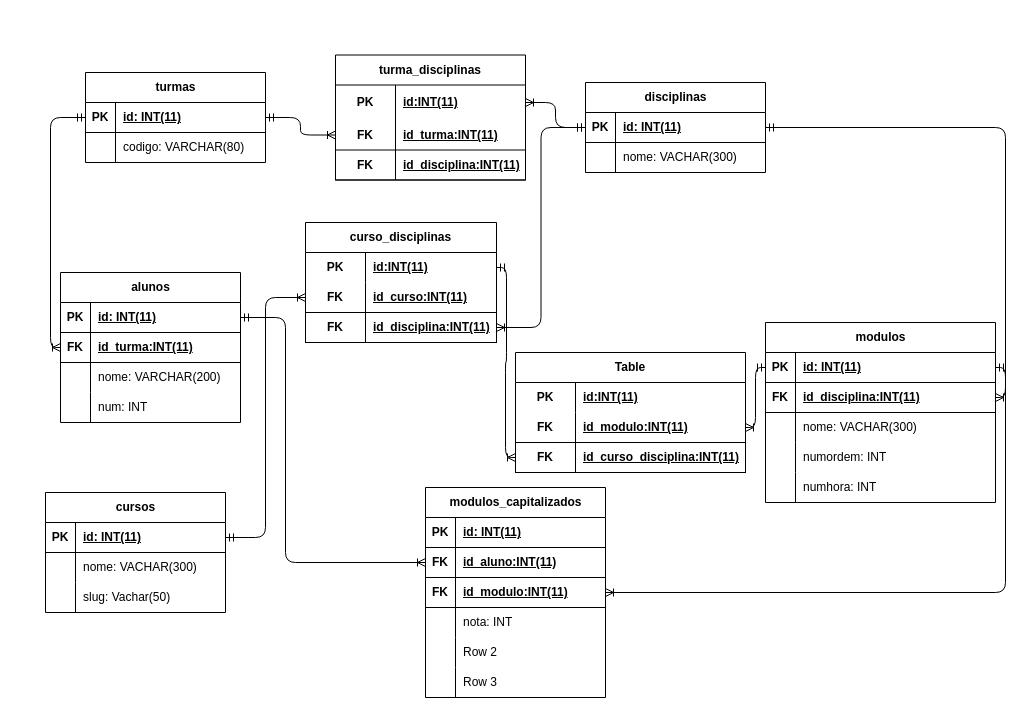
The draw.io diagram Gestor-de-Modulos/gdm_modelo_er.drawio in Henrique-Morais1/Mod15-trabalho_final, before the edit. Source tidied: cells renumbered, new cells numbered last; positions are measured from the earlier drawing's top-left corner, leaving out a move shared by most shapes. Both pictures are drawn from the tidied source at 100%, with x=0, y=0 at pixel (45, 54).
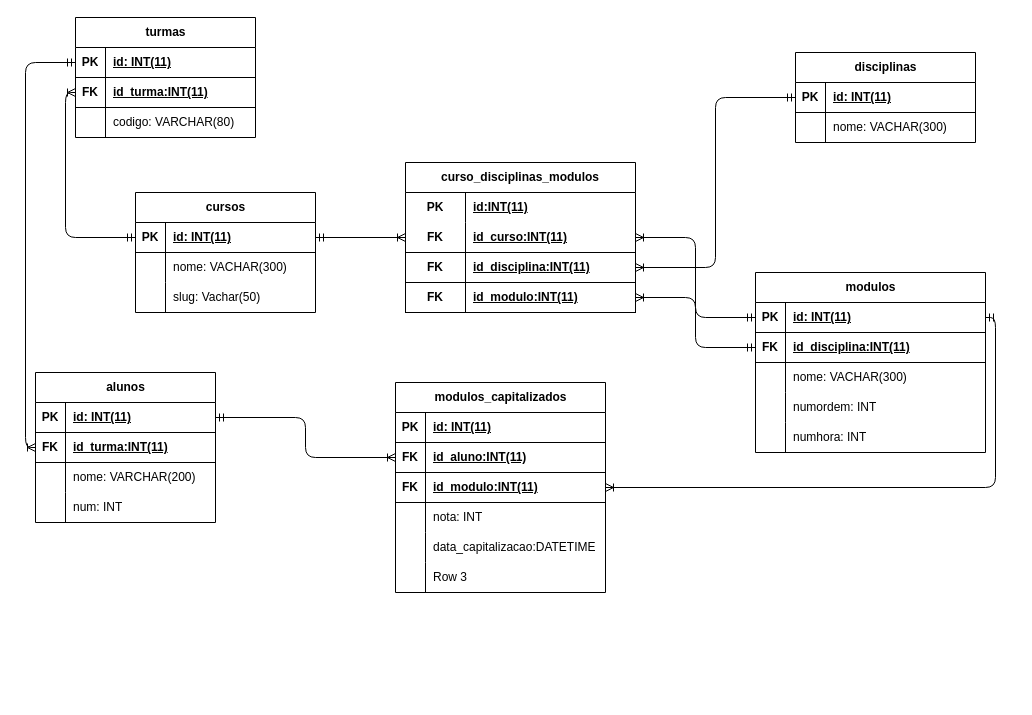
The same page after the edit.

Commit message:
Criação de dados no modelo

Unchanged cells that the change refers to:
```xml
<mxCell id="3" style="shape=tableRow;horizontal=0;startSize=0;swimlaneHead=0;swimlaneBody=0;fillColor=none;points=[[0,0.5],[1,0.5]];portConstraint=eastwest;top=0;left=0;right=0;bottom=1;" parent="2" vertex="1">
  <mxGeometry y="30" width="180" height="30" as="geometry" />
</mxCell>
<mxCell id="13" style="shape=tableRow;horizontal=0;startSize=0;swimlaneHead=0;swimlaneBody=0;fillColor=none;points=[[0,0.5],[1,0.5]];portConstraint=eastwest;top=0;left=0;right=0;bottom=1;" parent="12" vertex="1">
  <mxGeometry y="30" width="180" height="30" as="geometry" />
</mxCell>
<mxCell id="20" style="shape=tableRow;horizontal=0;startSize=0;swimlaneHead=0;swimlaneBody=0;fillColor=none;points=[[0,0.5],[1,0.5]];portConstraint=eastwest;top=0;left=0;right=0;bottom=1;" parent="19" vertex="1">
  <mxGeometry y="30" width="180" height="30" as="geometry" />
</mxCell>
<mxCell id="30" style="shape=tableRow;horizontal=0;startSize=0;swimlaneHead=0;swimlaneBody=0;fillColor=none;points=[[0,0.5],[1,0.5]];portConstraint=eastwest;top=0;left=0;right=0;bottom=1;" parent="26" vertex="1">
  <mxGeometry y="60" width="230" height="30" as="geometry" />
</mxCell>
<mxCell id="43" style="shape=tableRow;horizontal=0;startSize=0;swimlaneHead=0;swimlaneBody=0;fillColor=none;points=[[0,0.5],[1,0.5]];portConstraint=eastwest;top=0;left=0;right=0;bottom=1;" parent="42" vertex="1">
  <mxGeometry y="30" width="180" height="30" as="geometry" />
</mxCell>
<mxCell id="106" style="shape=tableRow;horizontal=0;startSize=0;swimlaneHead=0;swimlaneBody=0;fillColor=none;points=[[0,0.5],[1,0.5]];portConstraint=eastwest;top=0;left=0;right=0;bottom=1;html=1;" parent="102" vertex="1">
  <mxGeometry y="60" width="230" height="30" as="geometry" />
</mxCell>
<mxCell id="109" style="shape=tableRow;horizontal=0;startSize=0;swimlaneHead=0;swimlaneBody=0;fillColor=none;points=[[0,0.5],[1,0.5]];portConstraint=eastwest;top=0;left=0;right=0;bottom=1;html=1;" parent="102" vertex="1">
  <mxGeometry y="90" width="230" height="30" as="geometry" />
</mxCell>
```

Change to the diagram source:
```diff
@@
     <mxCell id="2" value="cursos" style="shape=table;startSize=30;childLayout=tableLayout;rowLines=0;fontStyle=1;align=center;html=1;" parent="1" vertex="1">
-      <mxGeometry y="438" width="180" height="120" as="geometry" />
+      <mxGeometry x="90" y="138" width="180" height="120" as="geometry" />
     </mxCell>
@@
     <mxCell id="12" value="disciplinas" style="shape=table;startSize=30;childLayout=tableLayout;rowLines=0;fontStyle=1;align=center;html=1;" parent="1" vertex="1">
-      <mxGeometry x="540" y="28" width="180" height="90" as="geometry" />
+      <mxGeometry x="750" y="-2" width="180" height="90" as="geometry" />
     </mxCell>
@@
     <mxCell id="19" value="turmas" style="shape=table;startSize=30;childLayout=tableLayout;rowLines=0;fontStyle=1;align=center;html=1;" parent="1" vertex="1">
-      <mxGeometry x="40" y="18" width="180" height="90" as="geometry" />
+      <mxGeometry x="30" y="-37" width="180" height="120" as="geometry" />
     </mxCell>
@@
+    <mxCell id="114" style="shape=tableRow;horizontal=0;startSize=0;swimlaneHead=0;swimlaneBody=0;fillColor=none;points=[[0,0.5],[1,0.5]];portConstraint=eastwest;top=0;left=0;right=0;bottom=1;" parent="19" vertex="1">
+      <mxGeometry y="60" width="180" height="30" as="geometry" />
+    </mxCell>
+    <mxCell id="115" value="FK" style="shape=partialRectangle;fillColor=none;top=0;left=0;bottom=0;right=0;fontStyle=1;overflow=hidden;whiteSpace=wrap;html=1;" parent="114" vertex="1">
+      <mxGeometry width="30" height="30" as="geometry" />
+    </mxCell>
+    <mxCell id="80" value="id_turma:INT(11)" style="shape=partialRectangle;fillColor=none;top=0;left=0;bottom=0;right=0;align=left;spacingLeft=6;fontStyle=5;overflow=hidden;whiteSpace=wrap;html=1;" parent="114" vertex="1">
+      <mxGeometry x="30" width="150" height="30" as="geometry" />
+    </mxCell>
     <mxCell id="23" style="shape=tableRow;horizontal=0;startSize=0;swimlaneHead=0;swimlaneBody=0;fillColor=none;top=0;left=0;right=0;bottom=0;" parent="19" vertex="1">
-      <mxGeometry y="60" width="180" height="30" as="geometry" />
+      <mxGeometry y="90" width="180" height="30" as="geometry" />
     </mxCell>
@@
     <mxCell id="26" value="modulos" style="shape=table;startSize=30;childLayout=tableLayout;rowLines=0;fontStyle=1;align=center;html=1;" parent="1" vertex="1">
-      <mxGeometry x="720" y="268" width="230" height="180" as="geometry" />
+      <mxGeometry x="710" y="218" width="230" height="180" as="geometry" />
     </mxCell>
@@
     <mxCell id="42" value="alunos" style="shape=table;startSize=30;childLayout=tableLayout;rowLines=0;fontStyle=1;align=center;html=1;" parent="1" vertex="1">
-      <mxGeometry x="15" y="218" width="180" height="150" as="geometry" />
+      <mxGeometry x="-10" y="318" width="180" height="150" as="geometry" />
     </mxCell>
@@
     <mxCell id="55" value="modulos_capitalizados" style="shape=table;startSize=30;childLayout=tableLayout;rowLines=0;fontStyle=1;align=center;html=1;" parent="1" vertex="1">
-      <mxGeometry x="380" y="433" width="180" height="210" as="geometry" />
+      <mxGeometry x="350" y="328" width="210" height="210" as="geometry" />
     </mxCell>
     <mxCell id="56" style="shape=tableRow;horizontal=0;startSize=0;swimlaneHead=0;swimlaneBody=0;fillColor=none;top=0;left=0;right=0;bottom=1;" parent="55" vertex="1">
-      <mxGeometry y="30" width="180" height="30" as="geometry" />
+      <mxGeometry y="30" width="210" height="30" as="geometry" />
     </mxCell>
@@
     <mxCell id="58" value="&lt;span style=&quot;color: rgb(0, 0, 0);&quot;&gt;id: INT(11)&lt;/span&gt;" style="shape=partialRectangle;fillColor=none;top=0;left=0;bottom=0;right=0;align=left;spacingLeft=6;fontStyle=5;overflow=hidden;whiteSpace=wrap;html=1;" parent="56" vertex="1">
-      <mxGeometry x="30" width="150" height="30" as="geometry" />
+      <mxGeometry x="30" width="180" height="30" as="geometry" />
     </mxCell>
     <mxCell id="59" style="shape=tableRow;horizontal=0;startSize=0;swimlaneHead=0;swimlaneBody=0;fillColor=none;points=[[0,0.5],[1,0.5]];portConstraint=eastwest;top=0;left=0;right=0;bottom=1;" parent="55" vertex="1">
-      <mxGeometry y="60" width="180" height="30" as="geometry" />
+      <mxGeometry y="60" width="210" height="30" as="geometry" />
     </mxCell>
@@
     <mxCell id="61" value="id_aluno:INT(11)" style="shape=partialRectangle;fillColor=none;top=0;left=0;bottom=0;right=0;align=left;spacingLeft=6;fontStyle=5;overflow=hidden;whiteSpace=wrap;html=1;" parent="59" vertex="1">
-      <mxGeometry x="30" width="150" height="30" as="geometry" />
+      <mxGeometry x="30" width="180" height="30" as="geometry" />
     </mxCell>
     <mxCell id="62" style="shape=tableRow;horizontal=0;startSize=0;swimlaneHead=0;swimlaneBody=0;fillColor=none;points=[[0,0.5],[1,0.5]];portConstraint=eastwest;top=0;left=0;right=0;bottom=1;" parent="55" vertex="1">
-      <mxGeometry y="90" width="180" height="30" as="geometry" />
+      <mxGeometry y="90" width="210" height="30" as="geometry" />
     </mxCell>
@@
     <mxCell id="64" value="id_modulo:INT(11)" style="shape=partialRectangle;fillColor=none;top=0;left=0;bottom=0;right=0;align=left;spacingLeft=6;fontStyle=5;overflow=hidden;whiteSpace=wrap;html=1;" parent="62" vertex="1">
-      <mxGeometry x="30" width="150" height="30" as="geometry" />
+      <mxGeometry x="30" width="180" height="30" as="geometry" />
     </mxCell>
     <mxCell id="65" style="shape=tableRow;horizontal=0;startSize=0;swimlaneHead=0;swimlaneBody=0;fillColor=none;top=0;left=0;right=0;bottom=0;" parent="55" vertex="1">
-      <mxGeometry y="120" width="180" height="30" as="geometry" />
+      <mxGeometry y="120" width="210" height="30" as="geometry" />
     </mxCell>
@@
     <mxCell id="67" value="nota: INT" style="shape=partialRectangle;fillColor=none;top=0;left=0;bottom=0;right=0;align=left;spacingLeft=6;overflow=hidden;whiteSpace=wrap;html=1;" parent="65" vertex="1">
-      <mxGeometry x="30" width="150" height="30" as="geometry" />
+      <mxGeometry x="30" width="180" height="30" as="geometry" />
     </mxCell>
     <mxCell id="68" style="shape=tableRow;horizontal=0;startSize=0;swimlaneHead=0;swimlaneBody=0;fillColor=none;top=0;left=0;right=0;bottom=0;" parent="55" vertex="1">
-      <mxGeometry y="150" width="180" height="30" as="geometry" />
+      <mxGeometry y="150" width="210" height="30" as="geometry" />
     </mxCell>
@@
-    <mxCell id="70" value="Row 2" style="shape=partialRectangle;fillColor=none;top=0;left=0;bottom=0;right=0;align=left;spacingLeft=6;overflow=hidden;whiteSpace=wrap;html=1;" parent="68" vertex="1">
-      <mxGeometry x="30" width="150" height="30" as="geometry" />
+    <mxCell id="70" value="data_capitalizacao:DATETIME" style="shape=partialRectangle;fillColor=none;top=0;left=0;bottom=0;right=0;align=left;spacingLeft=6;overflow=hidden;whiteSpace=wrap;html=1;" parent="68" vertex="1">
+      <mxGeometry x="30" width="180" height="30" as="geometry" />
     </mxCell>
     <mxCell id="71" style="shape=tableRow;horizontal=0;startSize=0;swimlaneHead=0;swimlaneBody=0;fillColor=none;top=0;left=0;right=0;bottom=0;" parent="55" vertex="1">
-      <mxGeometry y="180" width="180" height="30" as="geometry" />
+      <mxGeometry y="180" width="210" height="30" as="geometry" />
     </mxCell>
@@
     <mxCell id="73" value="Row 3" style="shape=partialRectangle;fillColor=none;top=0;left=0;bottom=0;right=0;align=left;spacingLeft=6;overflow=hidden;whiteSpace=wrap;html=1;" parent="71" vertex="1">
-      <mxGeometry x="30" width="150" height="30" as="geometry" />
+      <mxGeometry x="30" width="180" height="30" as="geometry" />
     </mxCell>
-    <mxCell id="74" value="turma_disciplinas" style="shape=table;startSize=30;childLayout=tableLayout;rowLines=0;fontStyle=1;align=center;html=1;whiteSpace=wrap;" parent="1" vertex="1">
-      <mxGeometry x="290" y="0.5" width="190" height="125" as="geometry" />
-    </mxCell>
-    <mxCell id="75" style="shape=tableRow;horizontal=0;startSize=0;swimlaneHead=0;swimlaneBody=0;fillColor=none;points=[[0,0.5],[1,0.5]];portConstraint=eastwest;top=0;left=0;right=0;bottom=0;html=1;" parent="74" vertex="1">
-      <mxGeometry y="30" width="190" height="35" as="geometry" />
-    </mxCell>
-    <mxCell id="76" value="PK" style="shape=partialRectangle;fillColor=none;top=0;left=0;bottom=0;right=0;fontStyle=1;overflow=hidden;html=1;whiteSpace=wrap;" parent="75" vertex="1">
-      <mxGeometry width="60" height="35" as="geometry" />
-    </mxCell>
-    <mxCell id="77" value="id:INT(11)" style="shape=partialRectangle;fillColor=none;top=0;left=0;bottom=0;right=0;align=left;spacingLeft=6;fontStyle=5;overflow=hidden;html=1;whiteSpace=wrap;" parent="75" vertex="1">
-      <mxGeometry x="60" width="130" height="35" as="geometry" />
-    </mxCell>
-    <mxCell id="78" style="shape=tableRow;horizontal=0;startSize=0;swimlaneHead=0;swimlaneBody=0;fillColor=none;points=[[0,0.5],[1,0.5]];portConstraint=eastwest;top=0;left=0;right=0;bottom=1;html=1;" parent="74" vertex="1">
-      <mxGeometry y="65" width="190" height="30" as="geometry" />
-    </mxCell>
-    <mxCell id="79" value="FK" style="shape=partialRectangle;fillColor=none;top=0;left=0;bottom=0;right=0;fontStyle=1;overflow=hidden;html=1;whiteSpace=wrap;" parent="78" vertex="1">
-      <mxGeometry width="60" height="30" as="geometry" />
-    </mxCell>
-    <mxCell id="80" value="id_turma:INT(11)" style="shape=partialRectangle;fillColor=none;top=0;left=0;bottom=0;right=0;align=left;spacingLeft=6;fontStyle=5;overflow=hidden;html=1;whiteSpace=wrap;" parent="78" vertex="1">
-      <mxGeometry x="60" width="130" height="30" as="geometry" />
-    </mxCell>
-    <mxCell id="81" style="shape=tableRow;horizontal=0;startSize=0;swimlaneHead=0;swimlaneBody=0;fillColor=none;top=0;left=0;right=0;bottom=1;html=1;" parent="74" vertex="1">
-      <mxGeometry y="95" width="190" height="30" as="geometry" />
-    </mxCell>
-    <mxCell id="82" value="FK" style="shape=partialRectangle;fillColor=none;top=0;left=0;bottom=0;right=0;fontStyle=1;overflow=hidden;html=1;whiteSpace=wrap;" parent="81" vertex="1">
-      <mxGeometry width="60" height="30" as="geometry" />
-    </mxCell>
-    <mxCell id="83" value="id_disciplina:INT(11)" style="shape=partialRectangle;fillColor=none;top=0;left=0;bottom=0;right=0;align=left;spacingLeft=6;fontStyle=5;overflow=hidden;html=1;whiteSpace=wrap;" parent="81" vertex="1">
-      <mxGeometry x="60" width="130" height="30" as="geometry" />
-    </mxCell>
-    <mxCell id="84" value="curso_disciplinas" style="shape=table;startSize=30;childLayout=tableLayout;rowLines=0;fontStyle=1;align=center;html=1;whiteSpace=wrap;" parent="1" vertex="1">
-      <mxGeometry x="260" y="168" width="191" height="120" as="geometry" />
-    </mxCell>
-    <mxCell id="85" style="shape=tableRow;horizontal=0;startSize=0;swimlaneHead=0;swimlaneBody=0;fillColor=none;points=[[0,0.5],[1,0.5]];portConstraint=eastwest;top=0;left=0;right=0;bottom=0;html=1;" parent="84" vertex="1">
-      <mxGeometry y="30" width="191" height="30" as="geometry" />
-    </mxCell>
-    <mxCell id="86" value="PK" style="shape=partialRectangle;fillColor=none;top=0;left=0;bottom=0;right=0;fontStyle=1;overflow=hidden;html=1;whiteSpace=wrap;" parent="85" vertex="1">
-      <mxGeometry width="60" height="30" as="geometry" />
-    </mxCell>
-    <mxCell id="87" value="id:INT(11)" style="shape=partialRectangle;fillColor=none;top=0;left=0;bottom=0;right=0;align=left;spacingLeft=6;fontStyle=5;overflow=hidden;html=1;whiteSpace=wrap;" parent="85" vertex="1">
-      <mxGeometry x="60" width="131" height="30" as="geometry" />
-    </mxCell>
-    <mxCell id="88" style="shape=tableRow;horizontal=0;startSize=0;swimlaneHead=0;swimlaneBody=0;fillColor=none;points=[[0,0.5],[1,0.5]];portConstraint=eastwest;top=0;left=0;right=0;bottom=1;html=1;" parent="84" vertex="1">
-      <mxGeometry y="60" width="191" height="30" as="geometry" />
-    </mxCell>
-    <mxCell id="89" value="FK" style="shape=partialRectangle;fillColor=none;top=0;left=0;bottom=0;right=0;fontStyle=1;overflow=hidden;html=1;whiteSpace=wrap;" parent="88" vertex="1">
-      <mxGeometry width="60" height="30" as="geometry" />
-    </mxCell>
-    <mxCell id="90" value="id_curso:INT(11)" style="shape=partialRectangle;fillColor=none;top=0;left=0;bottom=0;right=0;align=left;spacingLeft=6;fontStyle=5;overflow=hidden;html=1;whiteSpace=wrap;" parent="88" vertex="1">
-      <mxGeometry x="60" width="131" height="30" as="geometry" />
-    </mxCell>
-    <mxCell id="91" style="shape=tableRow;horizontal=0;startSize=0;swimlaneHead=0;swimlaneBody=0;fillColor=none;points=[[0,0.5],[1,0.5]];portConstraint=eastwest;top=0;left=0;right=0;bottom=1;html=1;" parent="84" vertex="1">
-      <mxGeometry y="90" width="191" height="30" as="geometry" />
-    </mxCell>
-    <mxCell id="92" value="FK" style="shape=partialRectangle;fillColor=none;top=0;left=0;bottom=0;right=0;fontStyle=1;overflow=hidden;html=1;whiteSpace=wrap;" parent="91" vertex="1">
-      <mxGeometry width="60" height="30" as="geometry" />
-    </mxCell>
-    <mxCell id="93" value="id_disciplina:INT(11)" style="shape=partialRectangle;fillColor=none;top=0;left=0;bottom=0;right=0;align=left;spacingLeft=6;fontStyle=5;overflow=hidden;html=1;whiteSpace=wrap;" parent="91" vertex="1">
-      <mxGeometry x="60" width="131" height="30" as="geometry" />
-    </mxCell>
-    <mxCell id="94" style="edgeStyle=orthogonalEdgeStyle;fontSize=12;html=1;endArrow=ERoneToMany;startArrow=ERmandOne;exitX=1;exitY=0.5;exitDx=0;exitDy=0;entryX=0;entryY=0.5;entryDx=0;entryDy=0;" parent="1" edge="1" source="20" target="78">
-      <mxGeometry relative="1" as="geometry" />
-    </mxCell>
-    <mxCell id="95" style="edgeStyle=entityRelationEdgeStyle;fontSize=12;html=1;endArrow=ERoneToMany;startArrow=ERmandOne;exitX=0;exitY=0.5;exitDx=0;exitDy=0;entryX=1;entryY=0.5;entryDx=0;entryDy=0;" parent="1" edge="1" source="13" target="75">
-      <mxGeometry relative="1" as="geometry" />
-    </mxCell>
-    <mxCell id="96" style="edgeStyle=orthogonalEdgeStyle;fontSize=12;html=1;endArrow=ERoneToMany;startArrow=ERmandOne;exitX=1;exitY=0.5;exitDx=0;exitDy=0;entryX=1;entryY=0.5;entryDx=0;entryDy=0;" parent="1" edge="1" source="13" target="30">
-      <mxGeometry relative="1" as="geometry" />
-    </mxCell>
@@
-    <mxCell id="98" style="edgeStyle=orthogonalEdgeStyle;fontSize=12;html=1;endArrow=ERoneToMany;startArrow=ERmandOne;exitX=1;exitY=0.5;exitDx=0;exitDy=0;entryX=0;entryY=0.5;entryDx=0;entryDy=0;" parent="1" edge="1" source="3" target="88">
-      <mxGeometry relative="1" as="geometry" />
-    </mxCell>
-    <mxCell id="99" style="edgeStyle=orthogonalEdgeStyle;fontSize=12;html=1;endArrow=ERoneToMany;startArrow=ERmandOne;exitX=1;exitY=0.5;exitDx=0;exitDy=0;entryX=0;entryY=0.5;entryDx=0;entryDy=0;" parent="1" edge="1" source="43" target="59">
-      <mxGeometry relative="1" as="geometry">
-        <Array as="points">
-          <mxPoint x="240" y="263" />
-          <mxPoint x="240" y="508" />
-        </Array>
-      </mxGeometry>
+    <mxCell id="99" style="edgeStyle=elbowEdgeStyle;fontSize=12;html=1;endArrow=ERoneToMany;startArrow=ERmandOne;exitX=1;exitY=0.5;exitDx=0;exitDy=0;entryX=0;entryY=0.5;entryDx=0;entryDy=0;" parent="1" edge="1" source="43" target="59">
+      <mxGeometry relative="1" as="geometry" />
     </mxCell>
@@
-    <mxCell id="101" style="edgeStyle=orthogonalEdgeStyle;fontSize=12;html=1;endArrow=ERoneToMany;startArrow=ERmandOne;exitX=0;exitY=0.5;exitDx=0;exitDy=0;entryX=1;entryY=0.5;entryDx=0;entryDy=0;" parent="1" edge="1" source="13" target="91">
+    <mxCell id="101" style="edgeStyle=orthogonalEdgeStyle;fontSize=12;html=1;endArrow=ERoneToMany;startArrow=ERmandOne;exitX=0;exitY=0.5;exitDx=0;exitDy=0;entryX=1;entryY=0.5;entryDx=0;entryDy=0;" parent="1" edge="1" source="13" target="109">
       <mxGeometry relative="1" as="geometry" />
     </mxCell>
-    <mxCell id="102" value="Table" style="shape=table;startSize=30;childLayout=tableLayout;rowLines=0;fontStyle=1;align=center;html=1;whiteSpace=wrap;" parent="1" vertex="1">
-      <mxGeometry x="470" y="298" width="230" height="120" as="geometry" />
+    <mxCell id="102" value="curso_disciplinas_modulos" style="shape=table;startSize=30;childLayout=tableLayout;rowLines=0;fontStyle=1;align=center;html=1;whiteSpace=wrap;" parent="1" vertex="1">
+      <mxGeometry x="360" y="108" width="230" height="150" as="geometry" />
     </mxCell>
@@
-    <mxCell id="108" value="id_modulo:INT(11)" style="shape=partialRectangle;fillColor=none;top=0;left=0;bottom=0;right=0;align=left;spacingLeft=6;fontStyle=5;overflow=hidden;html=1;whiteSpace=wrap;" parent="106" vertex="1">
+    <mxCell id="108" value="id_curso:INT(11)" style="shape=partialRectangle;fillColor=none;top=0;left=0;bottom=0;right=0;align=left;spacingLeft=6;fontStyle=5;overflow=hidden;html=1;whiteSpace=wrap;" parent="106" vertex="1">
       <mxGeometry x="60" width="170" height="30" as="geometry" />
     </mxCell>
@@
-    <mxCell id="111" value="id_curso_disciplina:INT(11)" style="shape=partialRectangle;fillColor=none;top=0;left=0;bottom=0;right=0;align=left;spacingLeft=6;fontStyle=5;overflow=hidden;html=1;whiteSpace=wrap;" parent="109" vertex="1">
+    <mxCell id="111" value="id_disciplina:INT(11)" style="shape=partialRectangle;fillColor=none;top=0;left=0;bottom=0;right=0;align=left;spacingLeft=6;fontStyle=5;overflow=hidden;html=1;whiteSpace=wrap;" parent="109" vertex="1">
       <mxGeometry x="60" width="170" height="30" as="geometry" />
     </mxCell>
+    <mxCell id="116" style="shape=tableRow;horizontal=0;startSize=0;swimlaneHead=0;swimlaneBody=0;fillColor=none;points=[[0,0.5],[1,0.5]];portConstraint=eastwest;top=0;left=0;right=0;bottom=1;html=1;" parent="102" vertex="1">
+      <mxGeometry y="120" width="230" height="30" as="geometry" />
+    </mxCell>
+    <mxCell id="117" value="FK" style="shape=partialRectangle;fillColor=none;top=0;left=0;bottom=0;right=0;fontStyle=1;overflow=hidden;html=1;whiteSpace=wrap;" parent="116" vertex="1">
+      <mxGeometry width="60" height="30" as="geometry" />
+    </mxCell>
+    <mxCell id="118" value="id_modulo:INT(11)" style="shape=partialRectangle;fillColor=none;top=0;left=0;bottom=0;right=0;align=left;spacingLeft=6;fontStyle=5;overflow=hidden;html=1;whiteSpace=wrap;" parent="116" vertex="1">
+      <mxGeometry x="60" width="170" height="30" as="geometry" />
+    </mxCell>
@@
-    <mxCell id="113" style="edgeStyle=orthogonalEdgeStyle;fontSize=12;html=1;endArrow=ERoneToMany;startArrow=ERmandOne;exitX=1;exitY=0.5;exitDx=0;exitDy=0;entryX=0;entryY=0.5;entryDx=0;entryDy=0;" parent="1" edge="1" source="85" target="109">
-      <mxGeometry relative="1" as="geometry" />
-    </mxCell>
+    <mxCell id="119" style="edgeStyle=orthogonalEdgeStyle;fontSize=12;html=1;endArrow=ERoneToMany;startArrow=ERmandOne;exitX=0;exitY=0.5;exitDx=0;exitDy=0;entryX=0;entryY=0.5;entryDx=0;entryDy=0;" parent="1" edge="1" source="3" target="114">
+      <mxGeometry relative="1" as="geometry" />
+    </mxCell>
+    <mxCell id="120" style="edgeStyle=orthogonalEdgeStyle;fontSize=12;html=1;endArrow=ERoneToMany;startArrow=ERmandOne;exitX=1;exitY=0.5;exitDx=0;exitDy=0;entryX=0;entryY=0.5;entryDx=0;entryDy=0;" parent="1" edge="1" source="3" target="106">
+      <mxGeometry relative="1" as="geometry" />
+    </mxCell>
+    <mxCell id="121" style="edgeStyle=orthogonalEdgeStyle;fontSize=12;html=1;endArrow=ERoneToMany;startArrow=ERmandOne;entryX=1;entryY=0.5;entryDx=0;entryDy=0;exitX=0;exitY=0.5;exitDx=0;exitDy=0;" parent="1" edge="1" source="30" target="116">
+      <mxGeometry relative="1" as="geometry" />
+    </mxCell>
```
